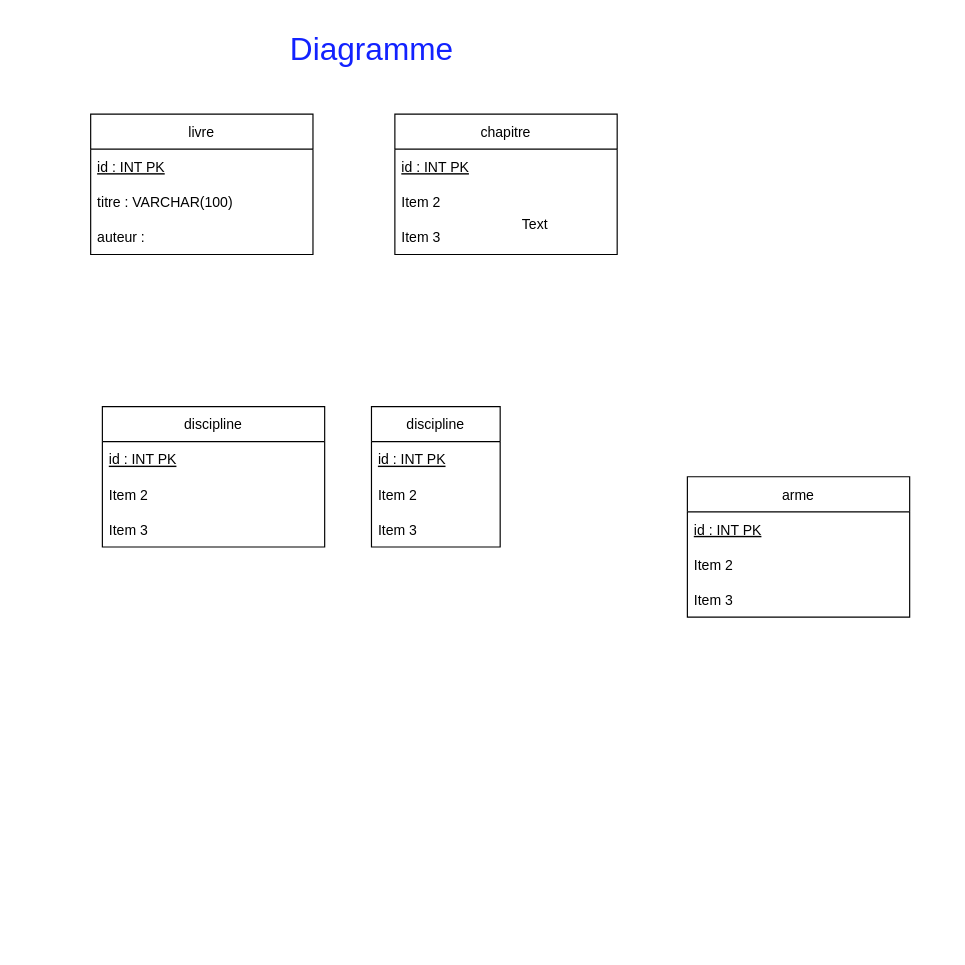
Above: Diagramme de classe du TP.drawio in 2132555-guyollotclement/clementguyollot_francispayan_projet (draw.io), before the change. Source tidied: cells renumbered, new cells numbered last; positions are measured from the earlier drawing's top-left corner, leaving out a move shared by most shapes. Both pictures are drawn from the tidied source at 117%, with x=0, y=0 at pixel (90, 20).
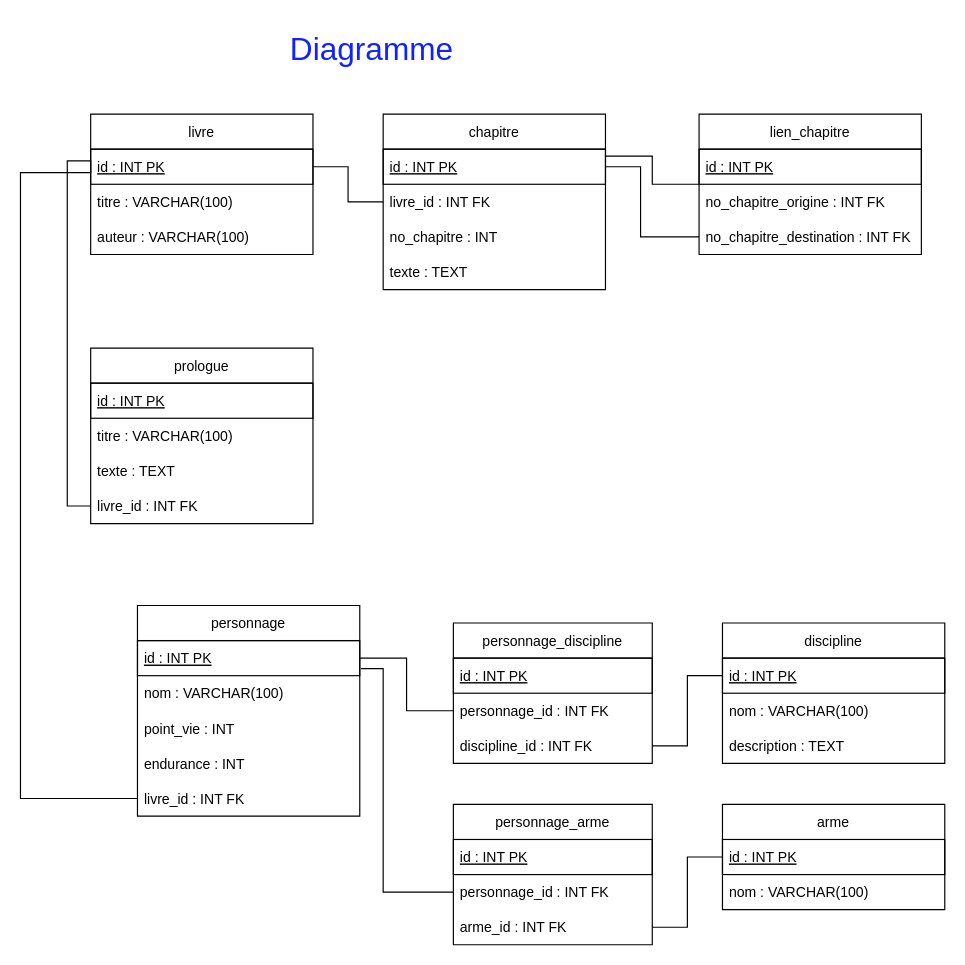
The same diagram, later.

Unchanged cells that the change refers to:
```xml
<mxCell id="2" value="livre" style="swimlane;fontStyle=0;horizontal=1;startSize=30;" parent="1" vertex="1">
  <mxGeometry y="80" width="190" height="120" as="geometry" />
</mxCell>
```

What changed in the source:
```diff
@@
-    <mxCell id="3" value="id : INT PK" style="text;strokeColor=none;fillColor=none;align=left;verticalAlign=middle;spacingLeft=4;spacingRight=4;overflow=hidden;points=[[0,0.5],[1,0.5]];portConstraint=eastwest;fontStyle=4;" parent="2" vertex="1">
+    <mxCell id="3" value="id : INT PK" style="text;strokeColor=default;fillColor=none;align=left;verticalAlign=middle;spacingLeft=4;spacingRight=4;overflow=hidden;points=[[0,0.5],[1,0.5]];portConstraint=eastwest;fontStyle=4;" parent="2" vertex="1">
       <mxGeometry y="30" width="190" height="30" as="geometry" />
     </mxCell>
@@
-    <mxCell id="5" value="auteur : " style="text;strokeColor=none;fillColor=none;align=left;verticalAlign=middle;spacingLeft=4;spacingRight=4;overflow=hidden;" parent="2" vertex="1">
+    <mxCell id="5" value="auteur : VARCHAR(100)" style="text;strokeColor=none;fillColor=none;align=left;verticalAlign=middle;spacingLeft=4;spacingRight=4;overflow=hidden;" parent="2" vertex="1">
       <mxGeometry y="90" width="190" height="30" as="geometry" />
     </mxCell>
     <mxCell id="6" value="chapitre" style="swimlane;fontStyle=0;horizontal=1;startSize=30;" parent="1" vertex="1">
-      <mxGeometry x="260" y="80" width="190" height="120" as="geometry" />
+      <mxGeometry x="250" y="80" width="190" height="150" as="geometry" />
     </mxCell>
-    <mxCell id="7" value="id : INT PK" style="text;strokeColor=none;fillColor=none;align=left;verticalAlign=middle;spacingLeft=4;spacingRight=4;overflow=hidden;points=[[0,0.5],[1,0.5]];portConstraint=eastwest;fontStyle=4;" parent="6" vertex="1">
+    <mxCell id="7" value="id : INT PK" style="text;strokeColor=default;fillColor=none;align=left;verticalAlign=middle;spacingLeft=4;spacingRight=4;overflow=hidden;points=[[0,0.5],[1,0.5]];portConstraint=eastwest;fontStyle=4;" parent="6" vertex="1">
       <mxGeometry y="30" width="190" height="30" as="geometry" />
     </mxCell>
+    <mxCell id="24" value="livre_id : INT FK" style="text;strokeColor=none;fillColor=none;align=left;verticalAlign=middle;spacingLeft=4;spacingRight=4;overflow=hidden;points=[[0,0.5],[1,0.5]];portConstraint=eastwest;" parent="6" vertex="1">
+      <mxGeometry y="60" width="190" height="30" as="geometry" />
+    </mxCell>
-    <mxCell id="8" value="Item 2" style="text;strokeColor=none;fillColor=none;align=left;verticalAlign=middle;spacingLeft=4;spacingRight=4;overflow=hidden;" parent="6" vertex="1">
-      <mxGeometry y="60" width="190" height="30" as="geometry" />
+    <mxCell id="8" value="no_chapitre : INT" style="text;strokeColor=none;fillColor=none;align=left;verticalAlign=middle;spacingLeft=4;spacingRight=4;overflow=hidden;" parent="6" vertex="1">
+      <mxGeometry y="90" width="190" height="30" as="geometry" />
     </mxCell>
-    <mxCell id="9" value="Item 3" style="text;strokeColor=none;fillColor=none;align=left;verticalAlign=middle;spacingLeft=4;spacingRight=4;overflow=hidden;" parent="6" vertex="1">
-      <mxGeometry y="90" width="190" height="30" as="geometry" />
-    </mxCell>
+    <mxCell id="25" value="texte : TEXT" style="text;strokeColor=none;fillColor=none;align=left;verticalAlign=middle;spacingLeft=4;spacingRight=4;overflow=hidden;" parent="6" vertex="1">
+      <mxGeometry y="120" width="190" height="30" as="geometry" />
+    </mxCell>
     <mxCell id="10" value="discipline" style="swimlane;fontStyle=0;horizontal=1;startSize=30;" parent="1" vertex="1">
-      <mxGeometry x="10" y="330" width="190" height="120" as="geometry" />
+      <mxGeometry x="540" y="515" width="190" height="120" as="geometry" />
     </mxCell>
-    <mxCell id="11" value="id : INT PK" style="text;strokeColor=none;fillColor=none;align=left;verticalAlign=middle;spacingLeft=4;spacingRight=4;overflow=hidden;points=[[0,0.5],[1,0.5]];portConstraint=eastwest;fontStyle=4;" parent="10" vertex="1">
+    <mxCell id="11" value="id : INT PK" style="text;strokeColor=default;fillColor=none;align=left;verticalAlign=middle;spacingLeft=4;spacingRight=4;overflow=hidden;points=[[0,0.5],[1,0.5]];portConstraint=eastwest;fontStyle=4;" parent="10" vertex="1">
       <mxGeometry y="30" width="190" height="30" as="geometry" />
     </mxCell>
-    <mxCell id="12" value="Item 2" style="text;strokeColor=none;fillColor=none;align=left;verticalAlign=middle;spacingLeft=4;spacingRight=4;overflow=hidden;" parent="10" vertex="1">
+    <mxCell id="12" value="nom : VARCHAR(100)" style="text;strokeColor=none;fillColor=none;align=left;verticalAlign=middle;spacingLeft=4;spacingRight=4;overflow=hidden;" parent="10" vertex="1">
       <mxGeometry y="60" width="190" height="30" as="geometry" />
     </mxCell>
-    <mxCell id="13" value="Item 3" style="text;strokeColor=none;fillColor=none;align=left;verticalAlign=middle;spacingLeft=4;spacingRight=4;overflow=hidden;" parent="10" vertex="1">
+    <mxCell id="13" value="description : TEXT" style="text;strokeColor=none;fillColor=none;align=left;verticalAlign=middle;spacingLeft=4;spacingRight=4;overflow=hidden;" parent="10" vertex="1">
       <mxGeometry y="90" width="190" height="30" as="geometry" />
     </mxCell>
     <mxCell id="14" value="arme" style="swimlane;fontStyle=0;horizontal=1;startSize=30;" parent="1" vertex="1">
-      <mxGeometry x="510" y="390" width="190" height="120" as="geometry" />
+      <mxGeometry x="540" y="670" width="190" height="90" as="geometry" />
     </mxCell>
-    <mxCell id="15" value="id : INT PK" style="text;strokeColor=none;fillColor=none;align=left;verticalAlign=middle;spacingLeft=4;spacingRight=4;overflow=hidden;points=[[0,0.5],[1,0.5]];portConstraint=eastwest;fontStyle=4;" parent="14" vertex="1">
+    <mxCell id="15" value="id : INT PK" style="text;strokeColor=default;fillColor=none;align=left;verticalAlign=middle;spacingLeft=4;spacingRight=4;overflow=hidden;points=[[0,0.5],[1,0.5]];portConstraint=eastwest;fontStyle=4;" parent="14" vertex="1">
       <mxGeometry y="30" width="190" height="30" as="geometry" />
     </mxCell>
-    <mxCell id="16" value="Item 2" style="text;strokeColor=none;fillColor=none;align=left;verticalAlign=middle;spacingLeft=4;spacingRight=4;overflow=hidden;" parent="14" vertex="1">
+    <mxCell id="16" value="nom : VARCHAR(100)" style="text;strokeColor=none;fillColor=none;align=left;verticalAlign=middle;spacingLeft=4;spacingRight=4;overflow=hidden;" parent="14" vertex="1">
       <mxGeometry y="60" width="190" height="30" as="geometry" />
     </mxCell>
-    <mxCell id="17" value="Item 3" style="text;strokeColor=none;fillColor=none;align=left;verticalAlign=middle;spacingLeft=4;spacingRight=4;overflow=hidden;" parent="14" vertex="1">
-      <mxGeometry y="90" width="190" height="30" as="geometry" />
-    </mxCell>
-    <mxCell id="18" value="discipline" style="swimlane;fontStyle=0;horizontal=1;startSize=30;" parent="1" vertex="1">
-      <mxGeometry x="240" y="330" width="110" height="120" as="geometry" />
+    <mxCell id="18" value="personnage_discipline" style="swimlane;fontStyle=0;horizontal=1;startSize=30;" parent="1" vertex="1">
+      <mxGeometry x="310" y="515" width="170" height="120" as="geometry" />
     </mxCell>
-    <mxCell id="19" value="id : INT PK" style="text;strokeColor=none;fillColor=none;align=left;verticalAlign=middle;spacingLeft=4;spacingRight=4;overflow=hidden;fontStyle=4;" parent="18" vertex="1">
-      <mxGeometry y="30" width="110" height="30" as="geometry" />
+    <mxCell id="19" value="id : INT PK" style="text;strokeColor=default;fillColor=none;align=left;verticalAlign=middle;spacingLeft=4;spacingRight=4;overflow=hidden;fontStyle=4;" parent="18" vertex="1">
+      <mxGeometry y="30" width="170" height="30" as="geometry" />
     </mxCell>
-    <mxCell id="20" value="Item 2" style="text;strokeColor=none;fillColor=none;align=left;verticalAlign=middle;spacingLeft=4;spacingRight=4;overflow=hidden;points=[[0,0.5],[1,0.5]];portConstraint=eastwest;" parent="18" vertex="1">
-      <mxGeometry y="60" width="110" height="30" as="geometry" />
+    <mxCell id="20" value="personnage_id : INT FK" style="text;strokeColor=none;fillColor=none;align=left;verticalAlign=middle;spacingLeft=4;spacingRight=4;overflow=hidden;points=[[0,0.5],[1,0.5]];portConstraint=eastwest;" parent="18" vertex="1">
+      <mxGeometry y="60" width="170" height="30" as="geometry" />
     </mxCell>
-    <mxCell id="21" value="Item 3" style="text;strokeColor=none;fillColor=none;align=left;verticalAlign=middle;spacingLeft=4;spacingRight=4;overflow=hidden;" parent="18" vertex="1">
-      <mxGeometry y="90" width="110" height="30" as="geometry" />
-    </mxCell>
-    <mxCell id="22" value="Text" style="text;html=1;strokeColor=none;fillColor=none;align=center;verticalAlign=middle;whiteSpace=wrap;rounded=0;" parent="1" vertex="1">
-      <mxGeometry x="350" y="160" width="60" height="30" as="geometry" />
-    </mxCell>
+    <mxCell id="26" value="discipline_id : INT FK" style="text;strokeColor=none;fillColor=none;align=left;verticalAlign=middle;spacingLeft=4;spacingRight=4;overflow=hidden;points=[[0,0.5],[1,0.5]];portConstraint=eastwest;" parent="18" vertex="1">
+      <mxGeometry y="90" width="170" height="30" as="geometry" />
+    </mxCell>
@@
+    <mxCell id="27" style="edgeStyle=orthogonalEdgeStyle;rounded=0;jettySize=auto;html=1;entryX=1;entryY=0.2;entryDx=0;entryDy=0;entryPerimeter=0;endArrow=none;endFill=0;" parent="1" edge="1" source="28" target="7">
+      <mxGeometry relative="1" as="geometry" />
+    </mxCell>
+    <mxCell id="28" value="lien_chapitre" style="swimlane;fontStyle=0;horizontal=1;startSize=30;" parent="1" vertex="1">
+      <mxGeometry x="520" y="80" width="190" height="120" as="geometry" />
+    </mxCell>
+    <mxCell id="29" value="id : INT PK" style="text;strokeColor=default;fillColor=none;align=left;verticalAlign=middle;spacingLeft=4;spacingRight=4;overflow=hidden;fontStyle=4;" parent="28" vertex="1">
+      <mxGeometry y="30" width="190" height="30" as="geometry" />
+    </mxCell>
+    <mxCell id="30" value="no_chapitre_origine : INT FK" style="text;strokeColor=none;fillColor=none;align=left;verticalAlign=middle;spacingLeft=4;spacingRight=4;overflow=hidden;" parent="28" vertex="1">
+      <mxGeometry y="60" width="190" height="30" as="geometry" />
+    </mxCell>
+    <mxCell id="31" value="no_chapitre_destination : INT FK" style="text;strokeColor=none;fillColor=none;align=left;verticalAlign=middle;spacingLeft=4;spacingRight=4;overflow=hidden;points=[[0,0.5],[1,0.5]];portConstraint=eastwest;" parent="28" vertex="1">
+      <mxGeometry y="90" width="190" height="30" as="geometry" />
+    </mxCell>
+    <mxCell id="32" value="prologue" style="swimlane;fontStyle=0;horizontal=1;startSize=30;" parent="1" vertex="1">
+      <mxGeometry y="280" width="190" height="150" as="geometry" />
+    </mxCell>
+    <mxCell id="33" value="id : INT PK" style="text;strokeColor=default;fillColor=none;align=left;verticalAlign=middle;spacingLeft=4;spacingRight=4;overflow=hidden;fontStyle=4;" parent="32" vertex="1">
+      <mxGeometry y="30" width="190" height="30" as="geometry" />
+    </mxCell>
+    <mxCell id="34" value="titre : VARCHAR(100)" style="text;strokeColor=none;fillColor=none;align=left;verticalAlign=middle;spacingLeft=4;spacingRight=4;overflow=hidden;" parent="32" vertex="1">
+      <mxGeometry y="60" width="190" height="30" as="geometry" />
+    </mxCell>
+    <mxCell id="35" value="texte : TEXT" style="text;strokeColor=none;fillColor=none;align=left;verticalAlign=middle;spacingLeft=4;spacingRight=4;overflow=hidden;" parent="32" vertex="1">
+      <mxGeometry y="90" width="190" height="30" as="geometry" />
+    </mxCell>
+    <mxCell id="36" value="livre_id : INT FK" style="text;strokeColor=none;fillColor=none;align=left;verticalAlign=middle;spacingLeft=4;spacingRight=4;overflow=hidden;points=[[0,0.5],[1,0.5]];portConstraint=eastwest;" parent="32" vertex="1">
+      <mxGeometry y="120" width="190" height="30" as="geometry" />
+    </mxCell>
+    <mxCell id="37" style="edgeStyle=orthogonalEdgeStyle;rounded=0;jettySize=auto;html=1;entryX=1;entryY=0.5;entryDx=0;entryDy=0;endArrow=none;endFill=0;" parent="1" edge="1" source="31" target="7">
+      <mxGeometry relative="1" as="geometry">
+        <Array as="points">
+          <mxPoint x="470" y="185" />
+          <mxPoint x="470" y="125" />
+        </Array>
+      </mxGeometry>
+    </mxCell>
+    <mxCell id="38" style="edgeStyle=orthogonalEdgeStyle;rounded=0;jettySize=auto;html=1;entryX=1;entryY=0.5;entryDx=0;entryDy=0;endArrow=none;endFill=0;" parent="1" edge="1" source="24" target="3">
+      <mxGeometry relative="1" as="geometry" />
+    </mxCell>
+    <mxCell id="39" style="edgeStyle=orthogonalEdgeStyle;rounded=0;jettySize=auto;html=1;entryX=0;entryY=0.5;entryDx=0;entryDy=0;endArrow=none;endFill=0;" parent="1" edge="1" source="36" target="3">
+      <mxGeometry relative="1" as="geometry">
+        <Array as="points">
+          <mxPoint x="-20" y="415" />
+          <mxPoint x="-20" y="120" />
+          <mxPoint y="120" />
+        </Array>
+      </mxGeometry>
+    </mxCell>
+    <mxCell id="40" value="personnage" style="swimlane;fontStyle=0;horizontal=1;startSize=30;" parent="1" vertex="1">
+      <mxGeometry x="40" y="500" width="190" height="180" as="geometry" />
+    </mxCell>
+    <mxCell id="41" value="id : INT PK" style="text;strokeColor=default;fillColor=none;align=left;verticalAlign=middle;spacingLeft=4;spacingRight=4;overflow=hidden;points=[[0,0.5],[1,0.5]];portConstraint=eastwest;fontStyle=4;" parent="40" vertex="1">
+      <mxGeometry y="30" width="190" height="30" as="geometry" />
+    </mxCell>
+    <mxCell id="42" value="nom : VARCHAR(100)" style="text;strokeColor=none;fillColor=none;align=left;verticalAlign=middle;spacingLeft=4;spacingRight=4;overflow=hidden;" parent="40" vertex="1">
+      <mxGeometry y="60" width="190" height="30" as="geometry" />
+    </mxCell>
+    <mxCell id="43" value="point_vie : INT" style="text;strokeColor=none;fillColor=none;align=left;verticalAlign=middle;spacingLeft=4;spacingRight=4;overflow=hidden;" parent="40" vertex="1">
+      <mxGeometry y="90" width="190" height="30" as="geometry" />
+    </mxCell>
+    <mxCell id="44" value="endurance : INT" style="text;strokeColor=none;fillColor=none;align=left;verticalAlign=middle;spacingLeft=4;spacingRight=4;overflow=hidden;" parent="40" vertex="1">
+      <mxGeometry y="120" width="190" height="30" as="geometry" />
+    </mxCell>
+    <mxCell id="45" value="livre_id : INT FK" style="text;strokeColor=none;fillColor=none;align=left;verticalAlign=middle;spacingLeft=4;spacingRight=4;overflow=hidden;points=[[0,0.5],[1,0.5]];portConstraint=eastwest;" parent="40" vertex="1">
+      <mxGeometry y="150" width="190" height="30" as="geometry" />
+    </mxCell>
+    <mxCell id="46" style="edgeStyle=orthogonalEdgeStyle;rounded=0;jettySize=auto;html=1;entryX=1;entryY=0.5;entryDx=0;entryDy=0;endArrow=none;endFill=0;" parent="1" edge="1" source="20" target="41">
+      <mxGeometry relative="1" as="geometry" />
+    </mxCell>
+    <mxCell id="47" style="edgeStyle=orthogonalEdgeStyle;rounded=0;jettySize=auto;html=1;entryX=0;entryY=0.5;entryDx=0;entryDy=0;endArrow=none;endFill=0;" parent="1" edge="1" source="26" target="11">
+      <mxGeometry relative="1" as="geometry" />
+    </mxCell>
+    <mxCell id="48" value="personnage_arme" style="swimlane;fontStyle=0;horizontal=1;startSize=30;" parent="1" vertex="1">
+      <mxGeometry x="310" y="670" width="170" height="120" as="geometry" />
+    </mxCell>
+    <mxCell id="49" value="id : INT PK" style="text;strokeColor=default;fillColor=none;align=left;verticalAlign=middle;spacingLeft=4;spacingRight=4;overflow=hidden;fontStyle=4;" parent="48" vertex="1">
+      <mxGeometry y="30" width="170" height="30" as="geometry" />
+    </mxCell>
+    <mxCell id="50" value="personnage_id : INT FK" style="text;strokeColor=none;fillColor=none;align=left;verticalAlign=middle;spacingLeft=4;spacingRight=4;overflow=hidden;points=[[0,0.5],[1,0.5]];portConstraint=eastwest;" parent="48" vertex="1">
+      <mxGeometry y="60" width="170" height="30" as="geometry" />
+    </mxCell>
+    <mxCell id="51" value="arme_id : INT FK" style="text;strokeColor=none;fillColor=none;align=left;verticalAlign=middle;spacingLeft=4;spacingRight=4;overflow=hidden;points=[[0,0.5],[1,0.5]];portConstraint=eastwest;" parent="48" vertex="1">
+      <mxGeometry y="90" width="170" height="30" as="geometry" />
+    </mxCell>
+    <mxCell id="52" style="edgeStyle=orthogonalEdgeStyle;rounded=0;jettySize=auto;html=1;entryX=0;entryY=0.5;entryDx=0;entryDy=0;endArrow=none;endFill=0;" parent="1" edge="1" source="51" target="15">
+      <mxGeometry relative="1" as="geometry" />
+    </mxCell>
+    <mxCell id="53" style="edgeStyle=orthogonalEdgeStyle;rounded=0;jettySize=auto;html=1;entryX=1.005;entryY=0.8;entryDx=0;entryDy=0;entryPerimeter=0;endArrow=none;endFill=0;" parent="1" edge="1" source="50" target="41">
+      <mxGeometry relative="1" as="geometry">
+        <Array as="points">
+          <mxPoint x="250" y="745" />
+          <mxPoint x="250" y="554" />
+        </Array>
+      </mxGeometry>
+    </mxCell>
+    <mxCell id="54" style="edgeStyle=orthogonalEdgeStyle;rounded=0;jettySize=auto;html=1;endArrow=none;endFill=0;entryX=0;entryY=0.5;entryDx=0;entryDy=0;" parent="1" edge="1" source="45" target="3">
+      <mxGeometry relative="1" as="geometry">
+        <Array as="points">
+          <mxPoint x="-60" y="665" />
+          <mxPoint x="-60" y="130" />
+          <mxPoint y="130" />
+        </Array>
+      </mxGeometry>
+    </mxCell>
```
